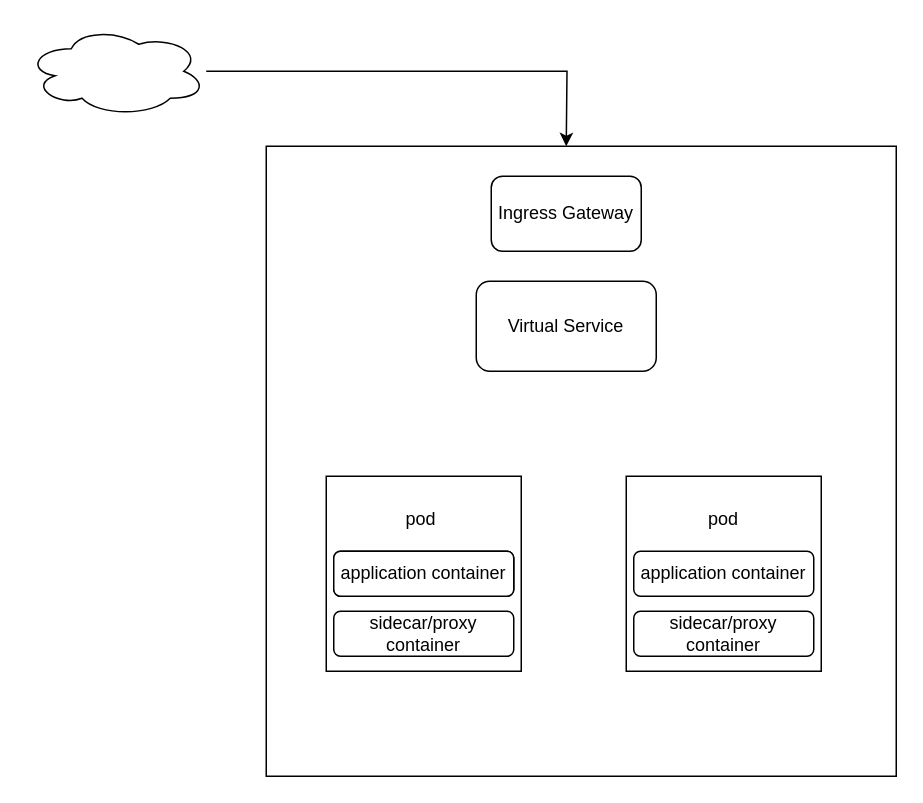
This is Untitled Diagram.drawio from Gowtham7707/istio-fleetman, a draw.io file, before an edit. Source tidied: cells renumbered, new cells numbered last; positions are measured from the earlier drawing's top-left corner, leaving out a move shared by most shapes. Both pictures are drawn from the tidied source at 150%, with x=0, y=0 at pixel (26, 26).
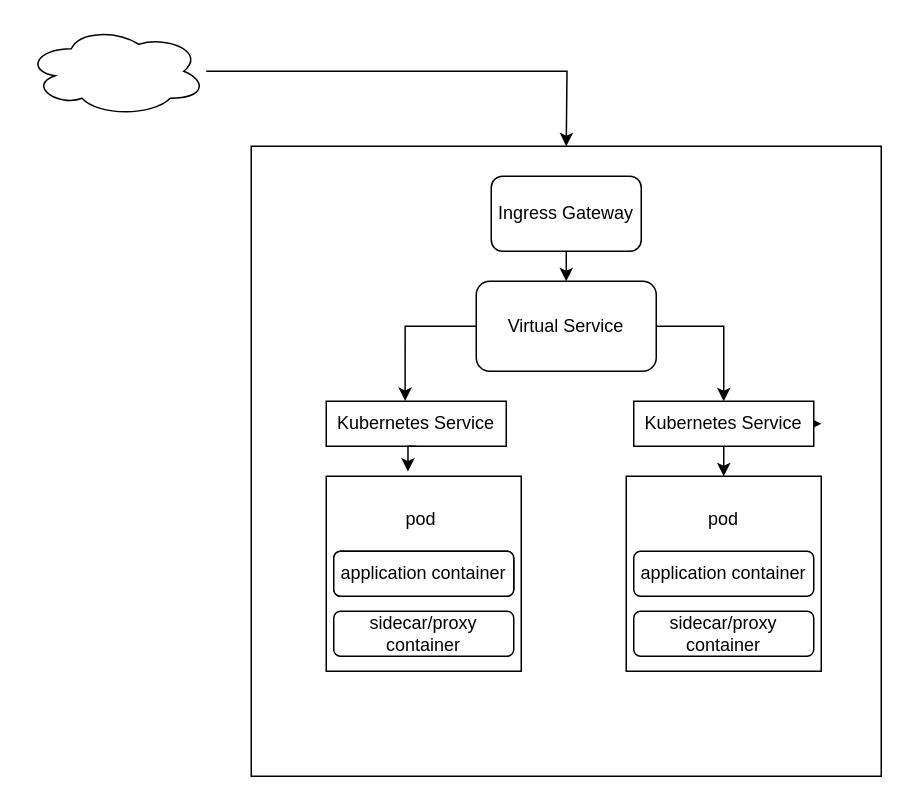
The same diagram, later.

The change refers to these unchanged cells:
```xml
<mxCell id="6" value="Ingress Gateway" style="rounded=1;whiteSpace=wrap;html=1;" parent="1" vertex="1">
  <mxGeometry x="310" y="100" width="100" height="50" as="geometry" />
</mxCell>
<mxCell id="7" value="Virtual Service" style="rounded=1;whiteSpace=wrap;html=1;" parent="1" vertex="1">
  <mxGeometry x="300" y="170" width="120" height="60" as="geometry" />
</mxCell>
<mxCell id="8" value="pod&amp;nbsp;&lt;br&gt;&lt;br&gt;&lt;br&gt;&lt;br&gt;&lt;br&gt;&lt;div&gt;&lt;br/&gt;&lt;/div&gt;" style="whiteSpace=wrap;html=1;" parent="1" vertex="1">
  <mxGeometry x="200" y="300" width="130" height="130" as="geometry" />
</mxCell>
<mxCell id="9" value="pod&lt;br&gt;&lt;br&gt;&lt;br&gt;&lt;br&gt;&lt;br&gt;&lt;div&gt;&lt;br/&gt;&lt;/div&gt;" style="whiteSpace=wrap;html=1;" parent="1" vertex="1">
  <mxGeometry x="400" y="300" width="130" height="130" as="geometry" />
</mxCell>
```

The edit, as a diff of the source:
```diff
@@
+    <mxCell id="15" style="edgeStyle=orthogonalEdgeStyle;rounded=0;jettySize=auto;html=1;exitX=0.5;exitY=0;exitDx=0;exitDy=0;entryX=0.5;entryY=0;entryDx=0;entryDy=0;" parent="1" edge="1" source="4" target="6">
+      <mxGeometry relative="1" as="geometry" />
+    </mxCell>
+    <mxCell id="16" style="edgeStyle=orthogonalEdgeStyle;rounded=0;jettySize=auto;html=1;exitX=0.5;exitY=0;exitDx=0;exitDy=0;entryX=0.5;entryY=0;entryDx=0;entryDy=0;" parent="1" edge="1" source="4" target="6">
+      <mxGeometry relative="1" as="geometry" />
+    </mxCell>
+    <mxCell id="17" style="edgeStyle=orthogonalEdgeStyle;rounded=0;jettySize=auto;html=1;exitX=0.5;exitY=0;exitDx=0;exitDy=0;entryX=0.5;entryY=0;entryDx=0;entryDy=0;" parent="1" edge="1" source="4" target="6">
+      <mxGeometry relative="1" as="geometry" />
+    </mxCell>
     <mxCell id="4" style="whiteSpace=wrap;html=1;" parent="1" vertex="1">
-      <mxGeometry x="160" y="80" width="420" height="420" as="geometry" />
+      <mxGeometry x="150" y="80" width="420" height="420" as="geometry" />
     </mxCell>
@@
+    <mxCell id="18" style="edgeStyle=none;rounded=0;jettySize=auto;html=1;exitX=0.5;exitY=1;exitDx=0;exitDy=0;entryX=0.5;entryY=0;entryDx=0;entryDy=0;" parent="1" edge="1" source="6" target="7">
+      <mxGeometry relative="1" as="geometry" />
+    </mxCell>
@@
+    <mxCell id="19" style="edgeStyle=orthogonalEdgeStyle;rounded=0;jettySize=auto;html=1;exitX=1;exitY=0.5;exitDx=0;exitDy=0;" parent="1" edge="1" source="25">
+      <mxGeometry relative="1" as="geometry">
+        <mxPoint x="530" y="265" as="targetPoint" />
+      </mxGeometry>
+    </mxCell>
@@
+    <mxCell id="20" style="edgeStyle=orthogonalEdgeStyle;rounded=0;jettySize=auto;html=1;exitX=0;exitY=0.5;exitDx=0;exitDy=0;entryX=0.438;entryY=-0.008;entryDx=0;entryDy=0;entryPerimeter=0;" parent="1" edge="1" source="7" target="21">
+      <mxGeometry relative="1" as="geometry" />
+    </mxCell>
+    <mxCell id="21" value="Kubernetes Service" style="rounded=0;whiteSpace=wrap;html=1;" parent="1" vertex="1">
+      <mxGeometry x="200" y="250" width="120" height="30" as="geometry" />
+    </mxCell>
+    <mxCell id="22" style="edgeStyle=orthogonalEdgeStyle;rounded=0;jettySize=auto;html=1;exitX=0.5;exitY=1;exitDx=0;exitDy=0;entryX=0.419;entryY=-0.024;entryDx=0;entryDy=0;entryPerimeter=0;" parent="1" edge="1" source="21" target="8">
+      <mxGeometry relative="1" as="geometry" />
+    </mxCell>
+    <mxCell id="23" style="edgeStyle=orthogonalEdgeStyle;rounded=0;jettySize=auto;html=1;exitX=1;exitY=0.5;exitDx=0;exitDy=0;entryX=0.5;entryY=0;entryDx=0;entryDy=0;" parent="1" edge="1" source="7" target="25">
+      <mxGeometry relative="1" as="geometry" />
+    </mxCell>
+    <mxCell id="24" style="edgeStyle=orthogonalEdgeStyle;rounded=0;jettySize=auto;html=1;exitX=0.5;exitY=1;exitDx=0;exitDy=0;entryX=0.5;entryY=0;entryDx=0;entryDy=0;" parent="1" edge="1" source="25" target="9">
+      <mxGeometry relative="1" as="geometry" />
+    </mxCell>
+    <mxCell id="25" value="Kubernetes Service" style="rounded=0;whiteSpace=wrap;html=1;" parent="1" vertex="1">
+      <mxGeometry x="405" y="250" width="120" height="30" as="geometry" />
+    </mxCell>
```
